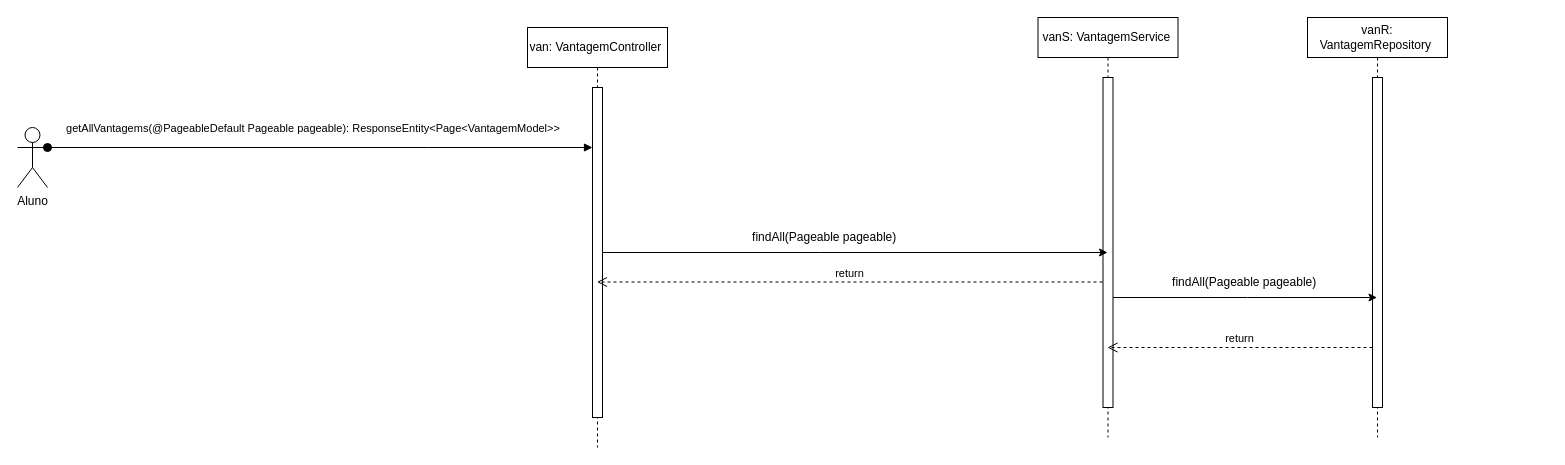
Earlier version of the draw.io diagram Projeto/DiagramaSequenciaAlunoVantagensUC3.drawio (gustavoevf/Sistema_de_Moeda_Estudantil). Source tidied: cells renumbered, new cells numbered last; positions are measured from the earlier drawing's top-left corner, leaving out a move shared by most shapes. Both pictures are drawn from the tidied source at 100%, with x=0, y=0 at pixel (17, 17).
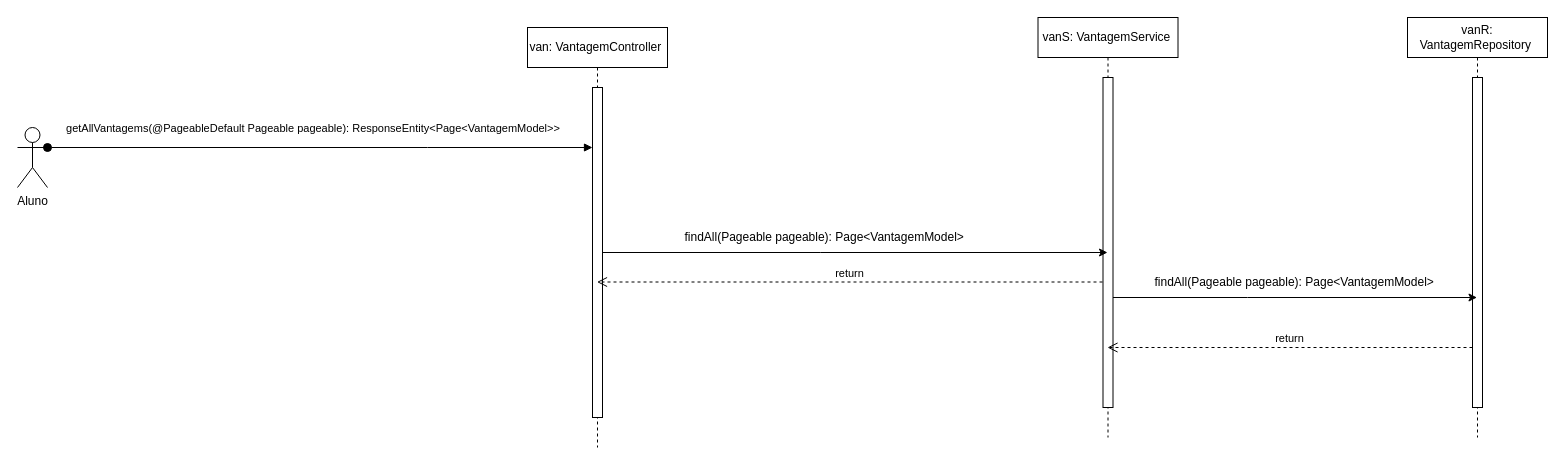
The same diagram, later.

The edit, as a diff of the source:
```diff
@@
-    <mxCell id="10" value="&amp;nbsp;findAll(Pageable pageable)" style="text;html=1;align=center;verticalAlign=middle;strokeColor=none;fillColor=none;" parent="1" vertex="1">
-      <mxGeometry x="720" y="205" width="170" height="30" as="geometry" />
+    <mxCell id="10" value="&amp;nbsp;findAll(Pageable pageable):&amp;nbsp;Page&amp;lt;VantagemModel&amp;gt;" style="text;html=1;align=center;verticalAlign=middle;strokeColor=none;fillColor=none;" parent="1" vertex="1">
+      <mxGeometry x="650" y="205" width="310" height="30" as="geometry" />
     </mxCell>
     <mxCell id="11" value="vanR: VantagemRepository&amp;nbsp;" style="shape=umlLifeline;perimeter=lifelinePerimeter;whiteSpace=wrap;html=1;outlineConnect=0;portConstraint=eastwest;newEdgeStyle={&quot;edgeStyle&quot;:&quot;elbowEdgeStyle&quot;,&quot;elbow&quot;:&quot;vertical&quot;,&quot;curved&quot;:0,&quot;rounded&quot;:0};" parent="1" vertex="1">
-      <mxGeometry x="1290" width="140" height="420" as="geometry" />
+      <mxGeometry x="1390" width="140" height="420" as="geometry" />
     </mxCell>
@@
-    <mxCell id="14" value="&amp;nbsp;findAll(Pageable pageable)" style="text;html=1;align=center;verticalAlign=middle;strokeColor=none;fillColor=none;" parent="1" vertex="1">
-      <mxGeometry x="1140" y="250" width="170" height="30" as="geometry" />
+    <mxCell id="14" value="&amp;nbsp;findAll(Pageable pageable):&amp;nbsp;Page&amp;lt;VantagemModel&amp;gt;" style="text;html=1;align=center;verticalAlign=middle;strokeColor=none;fillColor=none;" parent="1" vertex="1">
+      <mxGeometry x="1120" y="250" width="310" height="30" as="geometry" />
     </mxCell>
```
